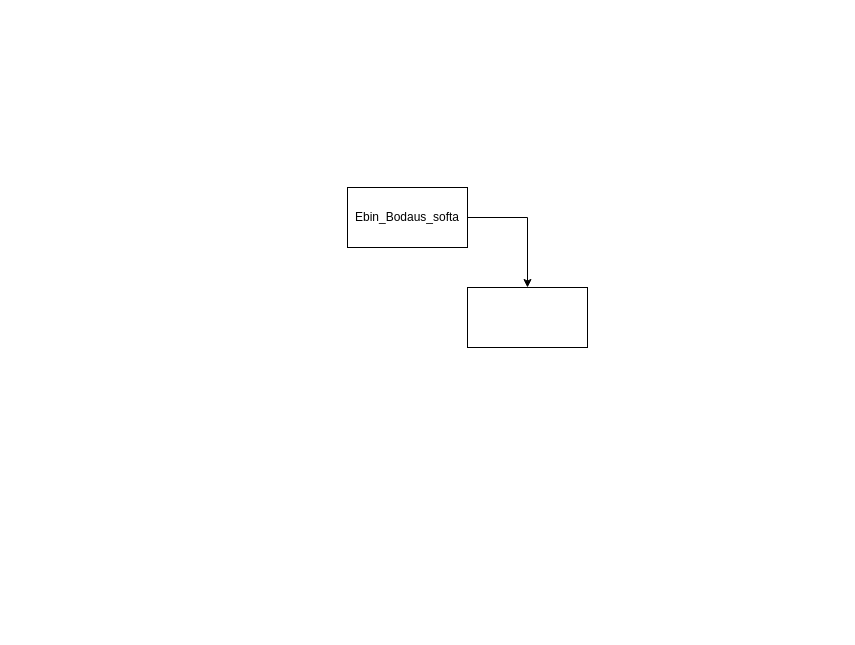
This is Kuvaajat/Projektin_kuvaaja.drawio from TopiKorhonen/Ebinbodaus---Treeni-ja-Paino-ohjelma, a draw.io file, before an edit. Source tidied: cells renumbered, new cells numbered last; positions are measured from the earlier drawing's top-left corner, leaving out a move shared by most shapes. Both pictures are drawn from the tidied source at 100%, with x=0, y=0 at pixel (347, 187).
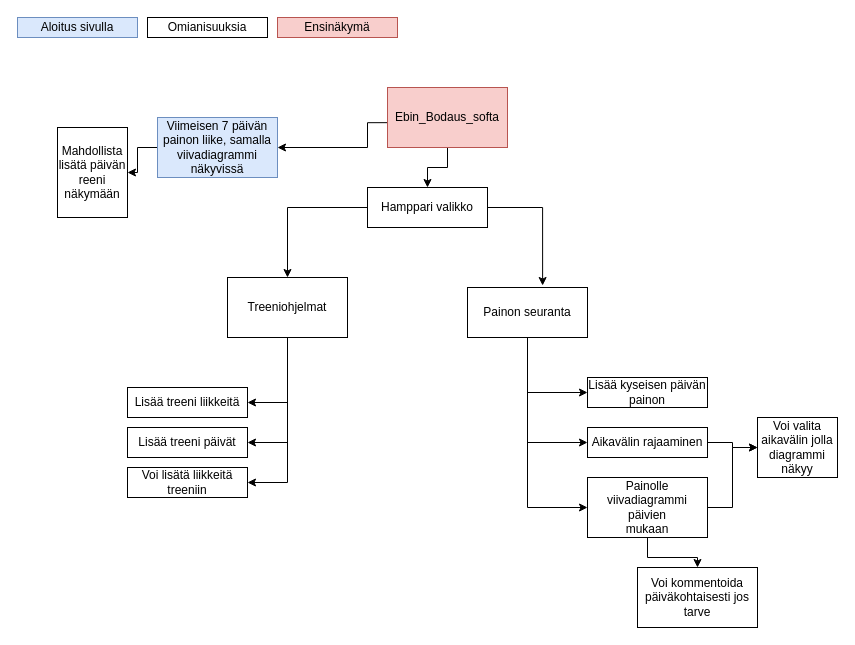
After the change.

Commit message:
Projektin kuvaajaa päivitetty

Diff of the diagram source:
```diff
@@
-    <mxCell id="2" style="edgeStyle=orthogonalEdgeStyle;rounded=0;jettySize=auto;html=1;exitX=1;exitY=0.5;exitDx=0;exitDy=0;entryX=0.5;entryY=0;entryDx=0;entryDy=0;" parent="1" edge="1" source="3" target="4">
-      <mxGeometry relative="1" as="geometry" />
-    </mxCell>
+    <mxCell id="5" style="edgeStyle=orthogonalEdgeStyle;rounded=0;jettySize=auto;html=1;entryX=1;entryY=0.5;entryDx=0;entryDy=0;exitX=0.017;exitY=0.586;exitDx=0;exitDy=0;exitPerimeter=0;" parent="1" edge="1" source="3" target="25">
+      <mxGeometry relative="1" as="geometry">
+        <Array as="points">
+          <mxPoint x="20" y="-65" />
+          <mxPoint x="20" y="-40" />
+        </Array>
+      </mxGeometry>
+    </mxCell>
+    <mxCell id="6" style="edgeStyle=orthogonalEdgeStyle;rounded=0;jettySize=auto;html=1;entryX=0.5;entryY=0;entryDx=0;entryDy=0;" parent="1" edge="1" source="3" target="31">
+      <mxGeometry relative="1" as="geometry" />
+    </mxCell>
-    <mxCell id="3" value="Ebin_Bodaus_softa" style="rounded=0;whiteSpace=wrap;html=1;" parent="1" vertex="1">
-      <mxGeometry width="120" height="60" as="geometry" />
+    <mxCell id="3" value="Ebin_Bodaus_softa" style="rounded=0;whiteSpace=wrap;html=1;fillColor=#f8cecc;strokeColor=#b85450;" parent="1" vertex="1">
+      <mxGeometry x="40" y="-100" width="120" height="60" as="geometry" />
     </mxCell>
+    <mxCell id="7" style="edgeStyle=orthogonalEdgeStyle;rounded=0;jettySize=auto;html=1;entryX=0;entryY=0.5;entryDx=0;entryDy=0;" parent="1" edge="1" source="4" target="16">
+      <mxGeometry relative="1" as="geometry" />
+    </mxCell>
+    <mxCell id="8" style="edgeStyle=orthogonalEdgeStyle;rounded=0;jettySize=auto;html=1;entryX=0;entryY=0.5;entryDx=0;entryDy=0;" parent="1" edge="1" source="4" target="14">
+      <mxGeometry relative="1" as="geometry" />
+    </mxCell>
+    <mxCell id="9" style="edgeStyle=orthogonalEdgeStyle;rounded=0;jettySize=auto;html=1;exitX=0.5;exitY=1;exitDx=0;exitDy=0;entryX=0;entryY=0.5;entryDx=0;entryDy=0;" parent="1" edge="1" source="4" target="19">
+      <mxGeometry relative="1" as="geometry" />
+    </mxCell>
-    <mxCell id="4" style="rounded=0;whiteSpace=wrap;html=1;" parent="1" vertex="1">
-      <mxGeometry x="120" y="100" width="120" height="60" as="geometry" />
+    <mxCell id="4" value="Painon seuranta&lt;br&gt;" style="rounded=0;whiteSpace=wrap;html=1;" parent="1" vertex="1">
+      <mxGeometry x="120" y="100" width="120" height="50" as="geometry" />
     </mxCell>
+    <mxCell id="10" style="edgeStyle=orthogonalEdgeStyle;rounded=0;jettySize=auto;html=1;entryX=1;entryY=0.5;entryDx=0;entryDy=0;" parent="1" edge="1" target="21">
+      <mxGeometry relative="1" as="geometry">
+        <mxPoint x="-60" y="150" as="sourcePoint" />
+        <Array as="points">
+          <mxPoint x="-60" y="255" />
+        </Array>
+      </mxGeometry>
+    </mxCell>
+    <mxCell id="11" style="edgeStyle=orthogonalEdgeStyle;rounded=0;jettySize=auto;html=1;exitX=0.5;exitY=1;exitDx=0;exitDy=0;entryX=1;entryY=0.5;entryDx=0;entryDy=0;" parent="1" edge="1" source="13" target="20">
+      <mxGeometry relative="1" as="geometry" />
+    </mxCell>
+    <mxCell id="12" style="edgeStyle=orthogonalEdgeStyle;rounded=0;jettySize=auto;html=1;exitX=0.5;exitY=1;exitDx=0;exitDy=0;entryX=1;entryY=0.5;entryDx=0;entryDy=0;" parent="1" edge="1" source="13" target="26">
+      <mxGeometry relative="1" as="geometry" />
+    </mxCell>
+    <mxCell id="13" value="Treeniohjelmat" style="rounded=0;whiteSpace=wrap;html=1;" parent="1" vertex="1">
+      <mxGeometry x="-120" y="90" width="120" height="60" as="geometry" />
+    </mxCell>
+    <mxCell id="14" value="Lisää kyseisen päivän painon" style="rounded=0;whiteSpace=wrap;html=1;" parent="1" vertex="1">
+      <mxGeometry x="240" y="190" width="120" height="30" as="geometry" />
+    </mxCell>
+    <mxCell id="15" style="edgeStyle=orthogonalEdgeStyle;rounded=0;jettySize=auto;html=1;entryX=0;entryY=0.5;entryDx=0;entryDy=0;" parent="1" edge="1" source="16" target="33">
+      <mxGeometry relative="1" as="geometry" />
+    </mxCell>
+    <mxCell id="16" value="Aikavälin rajaaminen" style="rounded=0;whiteSpace=wrap;html=1;" parent="1" vertex="1">
+      <mxGeometry x="240" y="240" width="120" height="30" as="geometry" />
+    </mxCell>
+    <mxCell id="17" style="edgeStyle=orthogonalEdgeStyle;rounded=0;jettySize=auto;html=1;" parent="1" edge="1" source="19" target="28">
+      <mxGeometry relative="1" as="geometry" />
+    </mxCell>
+    <mxCell id="18" style="edgeStyle=orthogonalEdgeStyle;rounded=0;jettySize=auto;html=1;entryX=0;entryY=0.5;entryDx=0;entryDy=0;" parent="1" edge="1" source="19" target="33">
+      <mxGeometry relative="1" as="geometry" />
+    </mxCell>
+    <mxCell id="19" value="Painolle viivadiagrammi päivien &lt;br&gt;mukaan" style="rounded=0;whiteSpace=wrap;html=1;" parent="1" vertex="1">
+      <mxGeometry x="240" y="290" width="120" height="60" as="geometry" />
+    </mxCell>
+    <mxCell id="20" value="Lisää treeni liikkeitä" style="rounded=0;whiteSpace=wrap;html=1;" parent="1" vertex="1">
+      <mxGeometry x="-220" y="200" width="120" height="30" as="geometry" />
+    </mxCell>
+    <mxCell id="21" value="Lisää treeni päivät" style="rounded=0;whiteSpace=wrap;html=1;" parent="1" vertex="1">
+      <mxGeometry x="-220" y="240" width="120" height="30" as="geometry" />
+    </mxCell>
+    <mxCell id="22" value="Aloitus sivulla" style="rounded=0;whiteSpace=wrap;html=1;fillColor=#dae8fc;strokeColor=#6c8ebf;" parent="1" vertex="1">
+      <mxGeometry x="-330" y="-170" width="120" height="20" as="geometry" />
+    </mxCell>
+    <mxCell id="23" value="Omianisuuksia" style="rounded=0;whiteSpace=wrap;html=1;" parent="1" vertex="1">
+      <mxGeometry x="-200" y="-170" width="120" height="20" as="geometry" />
+    </mxCell>
+    <mxCell id="24" style="edgeStyle=orthogonalEdgeStyle;rounded=0;jettySize=auto;html=1;entryX=1;entryY=0.5;entryDx=0;entryDy=0;" parent="1" edge="1" source="25" target="27">
+      <mxGeometry relative="1" as="geometry" />
+    </mxCell>
+    <mxCell id="25" value="Viimeisen 7 päivän painon liike, samalla viivadiagrammi näkyvissä" style="rounded=0;whiteSpace=wrap;html=1;fillColor=#dae8fc;strokeColor=#6c8ebf;" parent="1" vertex="1">
+      <mxGeometry x="-190" y="-70" width="120" height="60" as="geometry" />
+    </mxCell>
+    <mxCell id="26" value="Voi lisätä liikkeitä treeniin" style="rounded=0;whiteSpace=wrap;html=1;" parent="1" vertex="1">
+      <mxGeometry x="-220" y="280" width="120" height="30" as="geometry" />
+    </mxCell>
+    <mxCell id="27" value="Mahdollista lisätä päivän reeni näkymään" style="rounded=0;whiteSpace=wrap;html=1;" parent="1" vertex="1">
+      <mxGeometry x="-290" y="-60" width="70" height="90" as="geometry" />
+    </mxCell>
+    <mxCell id="28" value="Voi kommentoida päiväkohtaisesti jos tarve" style="rounded=0;whiteSpace=wrap;html=1;" parent="1" vertex="1">
+      <mxGeometry x="290" y="380" width="120" height="60" as="geometry" />
+    </mxCell>
+    <mxCell id="29" value="Ensinäkymä" style="rounded=0;whiteSpace=wrap;html=1;fillColor=#f8cecc;strokeColor=#b85450;" parent="1" vertex="1">
+      <mxGeometry x="-70" y="-170" width="120" height="20" as="geometry" />
+    </mxCell>
+    <mxCell id="30" style="edgeStyle=orthogonalEdgeStyle;rounded=0;jettySize=auto;html=1;entryX=0.5;entryY=0;entryDx=0;entryDy=0;" parent="1" edge="1" source="31" target="13">
+      <mxGeometry relative="1" as="geometry" />
+    </mxCell>
+    <mxCell id="31" value="Hamppari valikko" style="rounded=0;whiteSpace=wrap;html=1;" parent="1" vertex="1">
+      <mxGeometry x="20" width="120" height="40" as="geometry" />
+    </mxCell>
+    <mxCell id="32" style="edgeStyle=orthogonalEdgeStyle;rounded=0;jettySize=auto;html=1;entryX=0.626;entryY=-0.04;entryDx=0;entryDy=0;entryPerimeter=0;" parent="1" edge="1" source="31" target="4">
+      <mxGeometry relative="1" as="geometry">
+        <Array as="points">
+          <mxPoint x="195" y="20" />
+        </Array>
+      </mxGeometry>
+    </mxCell>
+    <mxCell id="33" value="Voi valita aikavälin jolla diagrammi näkyy" style="rounded=0;whiteSpace=wrap;html=1;" parent="1" vertex="1">
+      <mxGeometry x="410" y="230" width="80" height="60" as="geometry" />
+    </mxCell>
```
